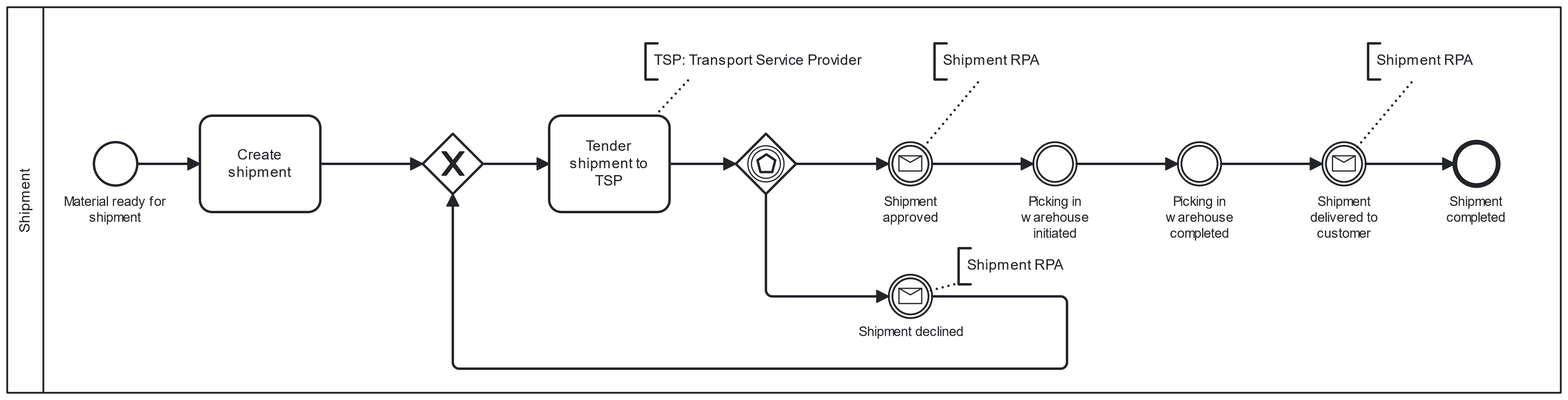
Earlier version of the BPMN export processmodels/strategic_model_shipment.png (BpaLabTHCologne/bpa_lab_docs). Its source is kept beside it as processmodels/strategic_model_shipment.bpmn. Ids are renumbered. Its diagram source:
```xml
<bpmn:definitions xmlns:bpmn="http://www.omg.org/spec/BPMN/20100524/MODEL" xmlns:bpmndi="http://www.omg.org/spec/BPMN/20100524/DI" xmlns:dc="http://www.omg.org/spec/DD/20100524/DC" xmlns:di="http://www.omg.org/spec/DD/20100524/DI" xmlns:modeler="http://camunda.org/schema/modeler/1.0" xmlns:camunda="http://camunda.org/schema/1.0/bpmn" id="Definitions_1" targetNamespace="http://bpmn.io/schema/bpmn" exporter="Camunda Web Modeler" exporterVersion="1c7d819" modeler:executionPlatform="Camunda Cloud" modeler:executionPlatformVersion="8.2.0" camunda:diagramRelationId="80a6eafe-081c-432b-b566-deba11f452c5">
  <bpmn:collaboration id="Collaboration_n1">
    <bpmn:participant id="Participant_n2" name="Shipment" processRef="Process_n3" />
  </bpmn:collaboration>
  <bpmn:process id="Process_n3" isExecutable="true">
    <bpmn:startEvent id="StartEvent_1" name="Material ready for shipment">
      <bpmn:outgoing>Flow_n4</bpmn:outgoing>
    </bpmn:startEvent>
    <bpmn:task id="Activity_n5" name="Create shipment">
      <bpmn:incoming>Flow_n4</bpmn:incoming>
      <bpmn:outgoing>Flow_n6</bpmn:outgoing>
    </bpmn:task>
    <bpmn:sequenceFlow id="Flow_n4" sourceRef="StartEvent_1" targetRef="Activity_n5" />
    <bpmn:sequenceFlow id="Flow_n7" sourceRef="Event_n8" targetRef="Event_n9" />
    <bpmn:sequenceFlow id="Flow_n10" sourceRef="Activity_n11" targetRef="Gateway_n12" />
    <bpmn:sequenceFlow id="Flow_n13" sourceRef="Gateway_n12" targetRef="Event_n14" />
    <bpmn:sequenceFlow id="Flow_n15" sourceRef="Gateway_n12" targetRef="Event_n16" />
    <bpmn:endEvent id="Event_n9" name="Shipment completed">
      <bpmn:incoming>Flow_n7</bpmn:incoming>
    </bpmn:endEvent>
    <bpmn:eventBasedGateway id="Gateway_n12">
      <bpmn:incoming>Flow_n10</bpmn:incoming>
      <bpmn:outgoing>Flow_n13</bpmn:outgoing>
      <bpmn:outgoing>Flow_n15</bpmn:outgoing>
    </bpmn:eventBasedGateway>
    <bpmn:sequenceFlow id="Flow_n6" sourceRef="Activity_n5" targetRef="Gateway_n17" />
    <bpmn:sequenceFlow id="Flow_n18" sourceRef="Gateway_n17" targetRef="Activity_n11" />
    <bpmn:exclusiveGateway id="Gateway_n17">
      <bpmn:incoming>Flow_n6</bpmn:incoming>
      <bpmn:incoming>Flow_n19</bpmn:incoming>
      <bpmn:outgoing>Flow_n18</bpmn:outgoing>
    </bpmn:exclusiveGateway>
    <bpmn:sequenceFlow id="Flow_n19" sourceRef="Event_n16" targetRef="Gateway_n17" />
    <bpmn:task id="Activity_n11" name="Tender shipment to TSP">
      <bpmn:incoming>Flow_n18</bpmn:incoming>
      <bpmn:outgoing>Flow_n10</bpmn:outgoing>
    </bpmn:task>
    <bpmn:intermediateCatchEvent id="Event_n14" name="Shipment approved">
      <bpmn:incoming>Flow_n13</bpmn:incoming>
      <bpmn:outgoing>Flow_n20</bpmn:outgoing>
      <bpmn:messageEventDefinition id="MessageEventDefinition_n21" />
    </bpmn:intermediateCatchEvent>
    <bpmn:intermediateCatchEvent id="Event_n16" name="Shipment declined">
      <bpmn:incoming>Flow_n15</bpmn:incoming>
      <bpmn:outgoing>Flow_n19</bpmn:outgoing>
      <bpmn:messageEventDefinition id="MessageEventDefinition_n22" />
    </bpmn:intermediateCatchEvent>
    <bpmn:intermediateCatchEvent id="Event_n8" name="Shipment delivered to customer">
      <bpmn:incoming>Flow_n23</bpmn:incoming>
      <bpmn:outgoing>Flow_n7</bpmn:outgoing>
      <bpmn:messageEventDefinition id="MessageEventDefinition_n24" />
    </bpmn:intermediateCatchEvent>
    <bpmn:intermediateThrowEvent id="Event_n25" name="Picking in warehouse initiated">
      <bpmn:incoming>Flow_n20</bpmn:incoming>
      <bpmn:outgoing>Flow_n26</bpmn:outgoing>
    </bpmn:intermediateThrowEvent>
    <bpmn:sequenceFlow id="Flow_n20" sourceRef="Event_n14" targetRef="Event_n25" />
    <bpmn:intermediateThrowEvent id="Event_n27" name="Picking in warehouse completed">
      <bpmn:incoming>Flow_n26</bpmn:incoming>
      <bpmn:outgoing>Flow_n23</bpmn:outgoing>
    </bpmn:intermediateThrowEvent>
    <bpmn:sequenceFlow id="Flow_n26" sourceRef="Event_n25" targetRef="Event_n27" />
    <bpmn:sequenceFlow id="Flow_n23" sourceRef="Event_n27" targetRef="Event_n8" />
    <bpmn:textAnnotation id="TextAnnotation_n28">
      <bpmn:text>TSP: Transport Service Provider</bpmn:text>
    </bpmn:textAnnotation>
    <bpmn:association id="Association_n29" sourceRef="Activity_n11" targetRef="TextAnnotation_n28" />
    <bpmn:textAnnotation id="TextAnnotation_n30">
      <bpmn:text>Shipment RPA</bpmn:text>
    </bpmn:textAnnotation>
    <bpmn:association id="Association_n31" sourceRef="Event_n8" targetRef="TextAnnotation_n30" />
    <bpmn:textAnnotation id="TextAnnotation_n32">
      <bpmn:text>Shipment RPA</bpmn:text>
    </bpmn:textAnnotation>
    <bpmn:association id="Association_n33" sourceRef="Event_n14" targetRef="TextAnnotation_n32" />
    <bpmn:textAnnotation id="TextAnnotation_n34">
      <bpmn:text>Shipment RPA</bpmn:text>
    </bpmn:textAnnotation>
    <bpmn:association id="Association_n35" sourceRef="Event_n16" targetRef="TextAnnotation_n34" />
  </bpmn:process>
  <bpmndi:BPMNDiagram id="BPMNDiagram_1">
    <bpmndi:BPMNPlane id="BPMNPlane_1" bpmnElement="Collaboration_n1">
      <bpmndi:BPMNShape id="Participant_n2_di" bpmnElement="Participant_n2" isHorizontal="true">
        <dc:Bounds x="150" y="80" width="1290" height="320" />
        <bpmndi:BPMNLabel />
      </bpmndi:BPMNShape>
      <bpmndi:BPMNShape id="_BPMNShape_StartEvent_2" bpmnElement="StartEvent_1">
        <dc:Bounds x="222" y="192" width="36" height="36" />
        <bpmndi:BPMNLabel>
          <dc:Bounds x="197" y="235" width="86" height="27" />
        </bpmndi:BPMNLabel>
      </bpmndi:BPMNShape>
      <bpmndi:BPMNShape id="Activity_n5_di" bpmnElement="Activity_n5">
        <dc:Bounds x="310" y="170" width="100" height="80" />
        <bpmndi:BPMNLabel />
      </bpmndi:BPMNShape>
      <bpmndi:BPMNShape id="Event_n9_di" bpmnElement="Event_n9">
        <dc:Bounds x="1352" y="192" width="36" height="36" />
        <bpmndi:BPMNLabel>
          <dc:Bounds x="1345" y="235" width="50" height="27" />
        </bpmndi:BPMNLabel>
      </bpmndi:BPMNShape>
      <bpmndi:BPMNShape id="Gateway_18r009q_di" bpmnElement="Gateway_n12">
        <dc:Bounds x="755" y="185" width="50" height="50" />
      </bpmndi:BPMNShape>
      <bpmndi:BPMNShape id="Gateway_n17_di" bpmnElement="Gateway_n17" isMarkerVisible="true">
        <dc:Bounds x="495" y="185" width="50" height="50" />
      </bpmndi:BPMNShape>
      <bpmndi:BPMNShape id="Activity_n11_di" bpmnElement="Activity_n11">
        <dc:Bounds x="600" y="170" width="100" height="80" />
        <bpmndi:BPMNLabel />
      </bpmndi:BPMNShape>
      <bpmndi:BPMNShape id="Event_n14_di" bpmnElement="Event_n14">
        <dc:Bounds x="882" y="192" width="36" height="36" />
        <bpmndi:BPMNLabel>
          <dc:Bounds x="877" y="235" width="47" height="27" />
        </bpmndi:BPMNLabel>
      </bpmndi:BPMNShape>
      <bpmndi:BPMNShape id="Event_n16_di" bpmnElement="Event_n16">
        <dc:Bounds x="882" y="302" width="36" height="36" />
        <bpmndi:BPMNLabel>
          <dc:Bounds x="857" y="343" width="88" height="14" />
        </bpmndi:BPMNLabel>
      </bpmndi:BPMNShape>
      <bpmndi:BPMNShape id="Event_0qc10op_di" bpmnElement="Event_n8">
        <dc:Bounds x="1242" y="192" width="36" height="36" />
        <bpmndi:BPMNLabel>
          <dc:Bounds x="1232" y="235" width="57" height="40" />
        </bpmndi:BPMNLabel>
      </bpmndi:BPMNShape>
      <bpmndi:BPMNShape id="Event_n25_di" bpmnElement="Event_n25">
        <dc:Bounds x="1002" y="192" width="36" height="36" />
        <bpmndi:BPMNLabel>
          <dc:Bounds x="992" y="235" width="57" height="40" />
        </bpmndi:BPMNLabel>
      </bpmndi:BPMNShape>
      <bpmndi:BPMNShape id="Event_n27_di" bpmnElement="Event_n27">
        <dc:Bounds x="1122" y="192" width="36" height="36" />
        <bpmndi:BPMNLabel>
          <dc:Bounds x="1112" y="235" width="57" height="40" />
        </bpmndi:BPMNLabel>
      </bpmndi:BPMNShape>
      <bpmndi:BPMNShape id="TextAnnotation_n28_di" bpmnElement="TextAnnotation_n28">
        <dc:Bounds x="680" y="110" width="230" height="30" />
        <bpmndi:BPMNLabel />
      </bpmndi:BPMNShape>
      <bpmndi:BPMNShape id="TextAnnotation_n30_di" bpmnElement="TextAnnotation_n30">
        <dc:Bounds x="1280" y="110" width="100" height="30" />
        <bpmndi:BPMNLabel />
      </bpmndi:BPMNShape>
      <bpmndi:BPMNShape id="TextAnnotation_n32_di" bpmnElement="TextAnnotation_n32">
        <dc:Bounds x="920" y="110" width="100" height="30" />
        <bpmndi:BPMNLabel />
      </bpmndi:BPMNShape>
      <bpmndi:BPMNShape id="TextAnnotation_n34_di" bpmnElement="TextAnnotation_n34">
        <dc:Bounds x="940" y="280" width="100" height="30" />
        <bpmndi:BPMNLabel />
      </bpmndi:BPMNShape>
      <bpmndi:BPMNEdge id="Flow_n4_di" bpmnElement="Flow_n4">
        <di:waypoint x="258" y="210" />
        <di:waypoint x="310" y="210" />
      </bpmndi:BPMNEdge>
      <bpmndi:BPMNEdge id="Flow_n7_di" bpmnElement="Flow_n7">
        <di:waypoint x="1278" y="210" />
        <di:waypoint x="1352" y="210" />
      </bpmndi:BPMNEdge>
      <bpmndi:BPMNEdge id="Flow_n10_di" bpmnElement="Flow_n10">
        <di:waypoint x="700" y="210" />
        <di:waypoint x="755" y="210" />
      </bpmndi:BPMNEdge>
      <bpmndi:BPMNEdge id="Flow_n13_di" bpmnElement="Flow_n13">
        <di:waypoint x="805" y="210" />
        <di:waypoint x="882" y="210" />
      </bpmndi:BPMNEdge>
      <bpmndi:BPMNEdge id="Flow_n15_di" bpmnElement="Flow_n15">
        <di:waypoint x="780" y="235" />
        <di:waypoint x="780" y="320" />
        <di:waypoint x="882" y="320" />
      </bpmndi:BPMNEdge>
      <bpmndi:BPMNEdge id="Flow_n6_di" bpmnElement="Flow_n6">
        <di:waypoint x="410" y="210" />
        <di:waypoint x="495" y="210" />
      </bpmndi:BPMNEdge>
      <bpmndi:BPMNEdge id="Flow_n18_di" bpmnElement="Flow_n18">
        <di:waypoint x="545" y="210" />
        <di:waypoint x="600" y="210" />
      </bpmndi:BPMNEdge>
      <bpmndi:BPMNEdge id="Flow_n19_di" bpmnElement="Flow_n19">
        <di:waypoint x="918" y="320" />
        <di:waypoint x="1030" y="320" />
        <di:waypoint x="1030" y="380" />
        <di:waypoint x="520" y="380" />
        <di:waypoint x="520" y="235" />
      </bpmndi:BPMNEdge>
      <bpmndi:BPMNEdge id="Flow_n20_di" bpmnElement="Flow_n20">
        <di:waypoint x="918" y="210" />
        <di:waypoint x="1002" y="210" />
      </bpmndi:BPMNEdge>
      <bpmndi:BPMNEdge id="Flow_n26_di" bpmnElement="Flow_n26">
        <di:waypoint x="1038" y="210" />
        <di:waypoint x="1122" y="210" />
      </bpmndi:BPMNEdge>
      <bpmndi:BPMNEdge id="Flow_n23_di" bpmnElement="Flow_n23">
        <di:waypoint x="1158" y="210" />
        <di:waypoint x="1242" y="210" />
      </bpmndi:BPMNEdge>
      <bpmndi:BPMNEdge id="Association_n29_di" bpmnElement="Association_n29">
        <di:waypoint x="688" y="170" />
        <di:waypoint x="716" y="140" />
      </bpmndi:BPMNEdge>
      <bpmndi:BPMNEdge id="Association_n31_di" bpmnElement="Association_n31">
        <di:waypoint x="1271" y="196" />
        <di:waypoint x="1318" y="140" />
      </bpmndi:BPMNEdge>
      <bpmndi:BPMNEdge id="Association_n33_di" bpmnElement="Association_n33">
        <di:waypoint x="911" y="196" />
        <di:waypoint x="958" y="140" />
      </bpmndi:BPMNEdge>
      <bpmndi:BPMNEdge id="Association_n35_di" bpmnElement="Association_n35">
        <di:waypoint x="917" y="315" />
        <di:waypoint x="940" y="309" />
      </bpmndi:BPMNEdge>
    </bpmndi:BPMNPlane>
  </bpmndi:BPMNDiagram>
</bpmn:definitions>
```
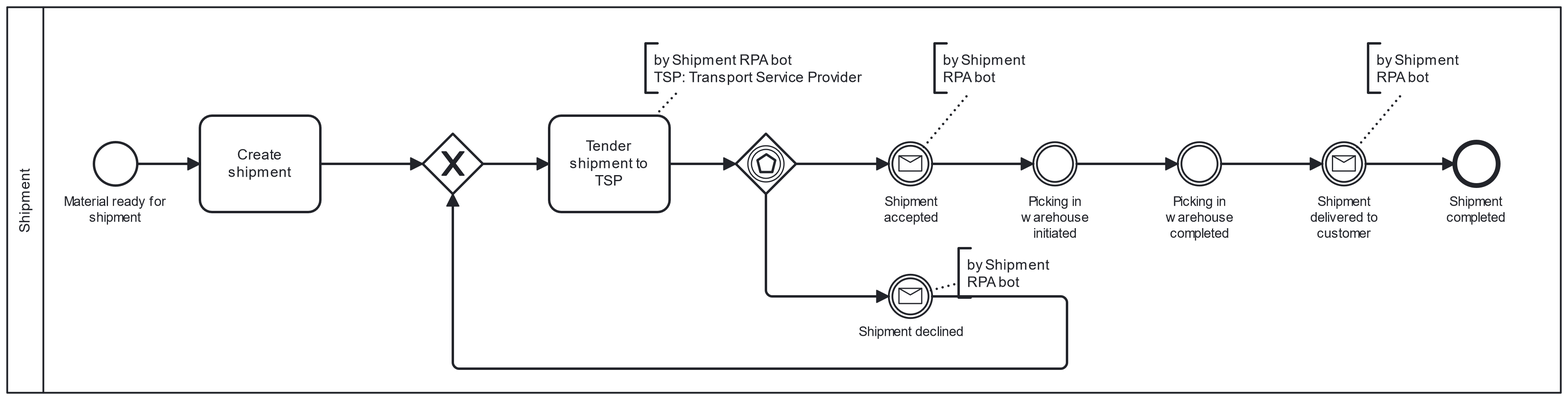
The same diagram one commit later.

The edit, as a diff of the source:
```diff
@@ -35,7 +35,7 @@
       <bpmn:incoming>Flow_n18</bpmn:incoming>
       <bpmn:outgoing>Flow_n10</bpmn:outgoing>
     </bpmn:task>
-    <bpmn:intermediateCatchEvent id="Event_n14" name="Shipment approved">
+    <bpmn:intermediateCatchEvent id="Event_n14" name="Shipment accepted">
       <bpmn:incoming>Flow_n13</bpmn:incoming>
       <bpmn:outgoing>Flow_n20</bpmn:outgoing>
       <bpmn:messageEventDefinition id="MessageEventDefinition_n21" />
@@ -62,19 +62,20 @@
     <bpmn:sequenceFlow id="Flow_n26" sourceRef="Event_n25" targetRef="Event_n27" />
     <bpmn:sequenceFlow id="Flow_n23" sourceRef="Event_n27" targetRef="Event_n8" />
     <bpmn:textAnnotation id="TextAnnotation_n28">
-      <bpmn:text>TSP: Transport Service Provider</bpmn:text>
+      <bpmn:text>by Shipment RPA bot
+TSP: Transport Service Provider</bpmn:text>
     </bpmn:textAnnotation>
     <bpmn:association id="Association_n29" sourceRef="Activity_n11" targetRef="TextAnnotation_n28" />
     <bpmn:textAnnotation id="TextAnnotation_n30">
-      <bpmn:text>Shipment RPA</bpmn:text>
+      <bpmn:text>by Shipment RPA bot</bpmn:text>
     </bpmn:textAnnotation>
     <bpmn:association id="Association_n31" sourceRef="Event_n8" targetRef="TextAnnotation_n30" />
     <bpmn:textAnnotation id="TextAnnotation_n32">
-      <bpmn:text>Shipment RPA</bpmn:text>
+      <bpmn:text>by Shipment RPA bot</bpmn:text>
     </bpmn:textAnnotation>
     <bpmn:association id="Association_n33" sourceRef="Event_n14" targetRef="TextAnnotation_n32" />
     <bpmn:textAnnotation id="TextAnnotation_n34">
-      <bpmn:text>Shipment RPA</bpmn:text>
+      <bpmn:text>by Shipment RPA bot</bpmn:text>
     </bpmn:textAnnotation>
     <bpmn:association id="Association_n35" sourceRef="Event_n16" targetRef="TextAnnotation_n34" />
   </bpmn:process>
@@ -113,7 +114,7 @@
       <bpmndi:BPMNShape id="Event_n14_di" bpmnElement="Event_n14">
         <dc:Bounds x="882" y="192" width="36" height="36" />
         <bpmndi:BPMNLabel>
-          <dc:Bounds x="877" y="235" width="47" height="27" />
+          <dc:Bounds x="878" y="235" width="46" height="27" />
         </bpmndi:BPMNLabel>
       </bpmndi:BPMNShape>
       <bpmndi:BPMNShape id="Event_n16_di" bpmnElement="Event_n16">
@@ -141,19 +142,19 @@
         </bpmndi:BPMNLabel>
       </bpmndi:BPMNShape>
       <bpmndi:BPMNShape id="TextAnnotation_n28_di" bpmnElement="TextAnnotation_n28">
-        <dc:Bounds x="680" y="110" width="230" height="30" />
+        <dc:Bounds x="680" y="110" width="230" height="41" />
         <bpmndi:BPMNLabel />
       </bpmndi:BPMNShape>
       <bpmndi:BPMNShape id="TextAnnotation_n30_di" bpmnElement="TextAnnotation_n30">
-        <dc:Bounds x="1280" y="110" width="100" height="30" />
+        <dc:Bounds x="1280" y="110" width="100" height="41" />
         <bpmndi:BPMNLabel />
       </bpmndi:BPMNShape>
       <bpmndi:BPMNShape id="TextAnnotation_n32_di" bpmnElement="TextAnnotation_n32">
-        <dc:Bounds x="920" y="110" width="100" height="30" />
+        <dc:Bounds x="920" y="110" width="100" height="41" />
         <bpmndi:BPMNLabel />
       </bpmndi:BPMNShape>
       <bpmndi:BPMNShape id="TextAnnotation_n34_di" bpmnElement="TextAnnotation_n34">
-        <dc:Bounds x="940" y="280" width="100" height="30" />
+        <dc:Bounds x="940" y="280" width="100" height="41" />
         <bpmndi:BPMNLabel />
       </bpmndi:BPMNShape>
       <bpmndi:BPMNEdge id="Flow_n4_di" bpmnElement="Flow_n4">
@@ -206,15 +207,15 @@
       </bpmndi:BPMNEdge>
       <bpmndi:BPMNEdge id="Association_n29_di" bpmnElement="Association_n29">
         <di:waypoint x="688" y="170" />
-        <di:waypoint x="716" y="140" />
+        <di:waypoint x="706" y="151" />
       </bpmndi:BPMNEdge>
       <bpmndi:BPMNEdge id="Association_n31_di" bpmnElement="Association_n31">
         <di:waypoint x="1271" y="196" />
-        <di:waypoint x="1318" y="140" />
+        <di:waypoint x="1309" y="151" />
       </bpmndi:BPMNEdge>
       <bpmndi:BPMNEdge id="Association_n33_di" bpmnElement="Association_n33">
         <di:waypoint x="911" y="196" />
-        <di:waypoint x="958" y="140" />
+        <di:waypoint x="949" y="151" />
       </bpmndi:BPMNEdge>
       <bpmndi:BPMNEdge id="Association_n35_di" bpmnElement="Association_n35">
         <di:waypoint x="917" y="315" />
```
